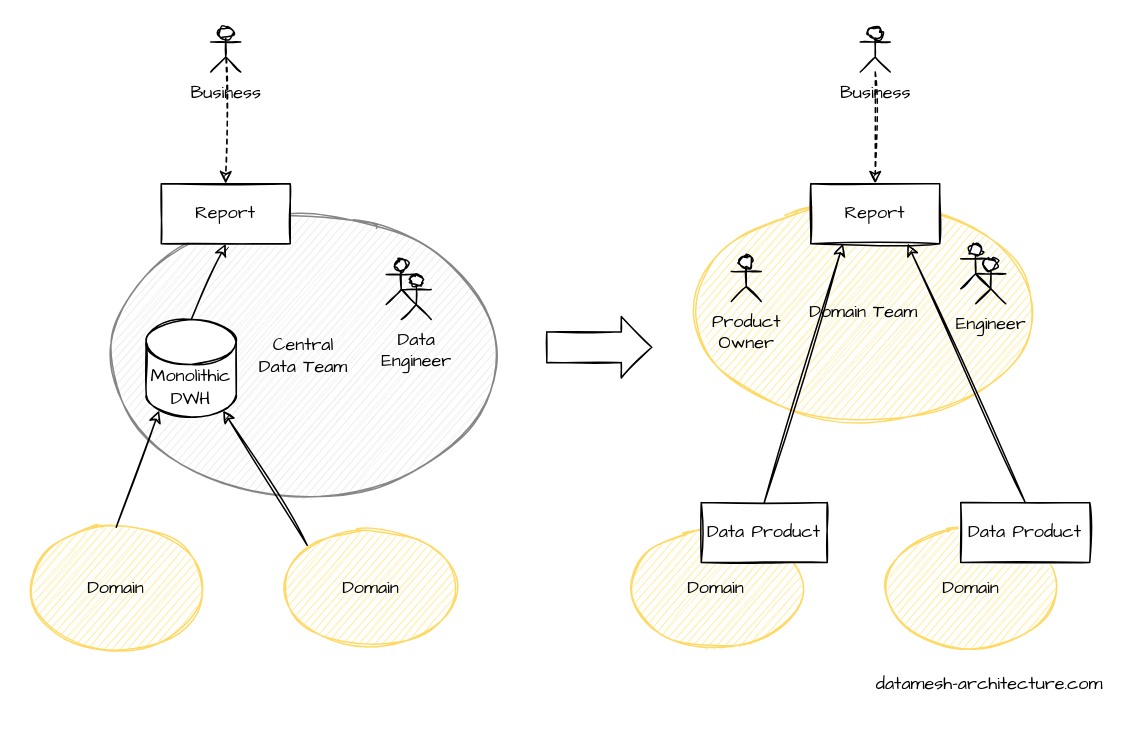
Above: diagrams/newdomainteam.drawio in datamesh-architecture/datamesh-architecture.com (draw.io), before the change. Source tidied: cells renumbered, new cells numbered last; positions are measured from the earlier drawing's top-left corner, leaving out a move shared by most shapes. Both pictures are drawn from the tidied source at 150%, with x=0, y=0 at pixel (26, 26).
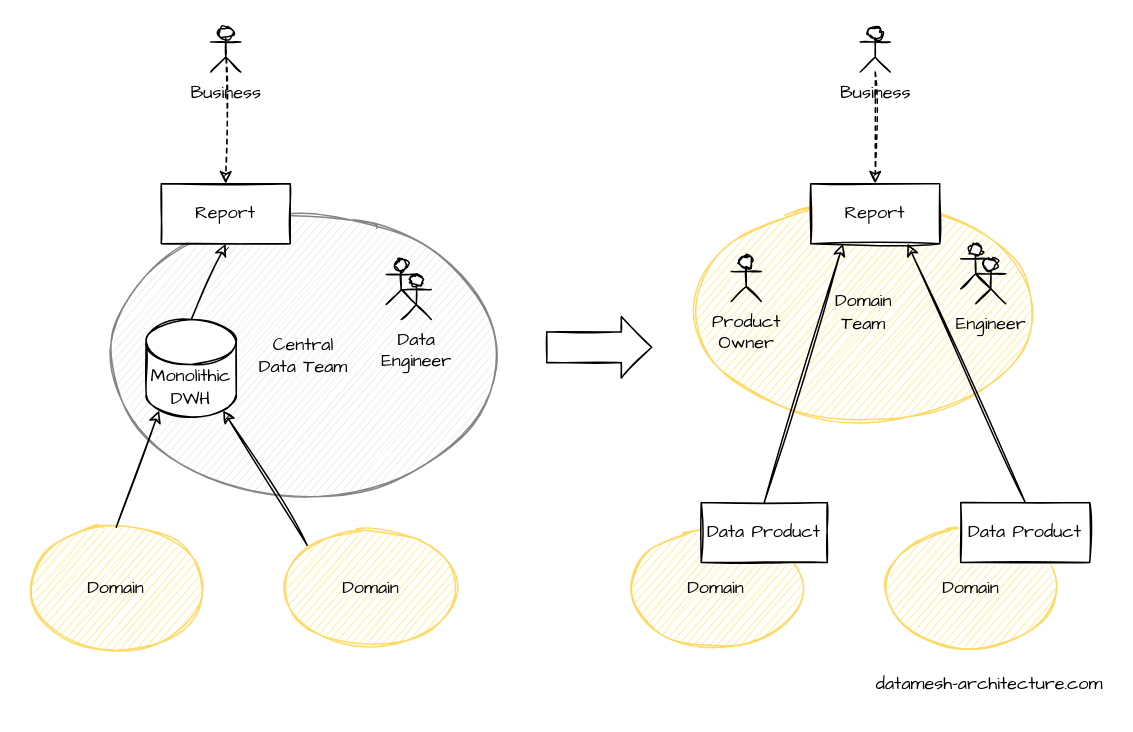
The same diagram, later.

Change to the diagram source:
```diff
@@
-    <mxCell id="2" value="Domain Team" style="ellipse;whiteSpace=wrap;html=1;verticalAlign=middle;sketch=1;fontFamily=Architects Daughter;strokeColor=#FFD966;fillColor=#FFEB99;" parent="1" vertex="1">
+    <mxCell id="2" value="Domain&lt;br&gt;Team" style="ellipse;whiteSpace=wrap;html=1;verticalAlign=middle;sketch=1;fontFamily=Architects Daughter;strokeColor=#FFD966;fillColor=#FFEB99;" parent="1" vertex="1">
       <mxGeometry x="440" y="120.5" width="237" height="140" as="geometry" />
     </mxCell>
```
